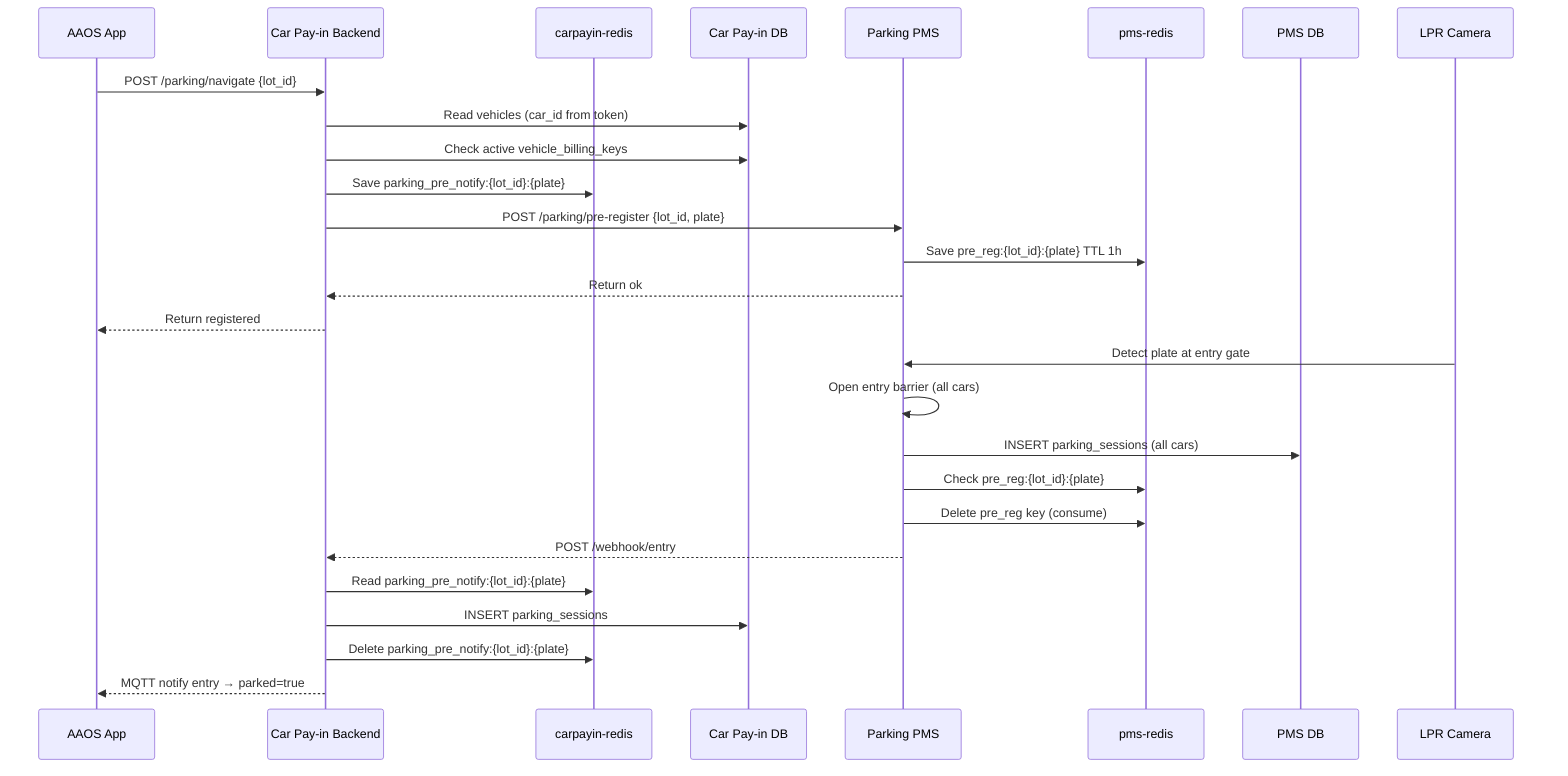
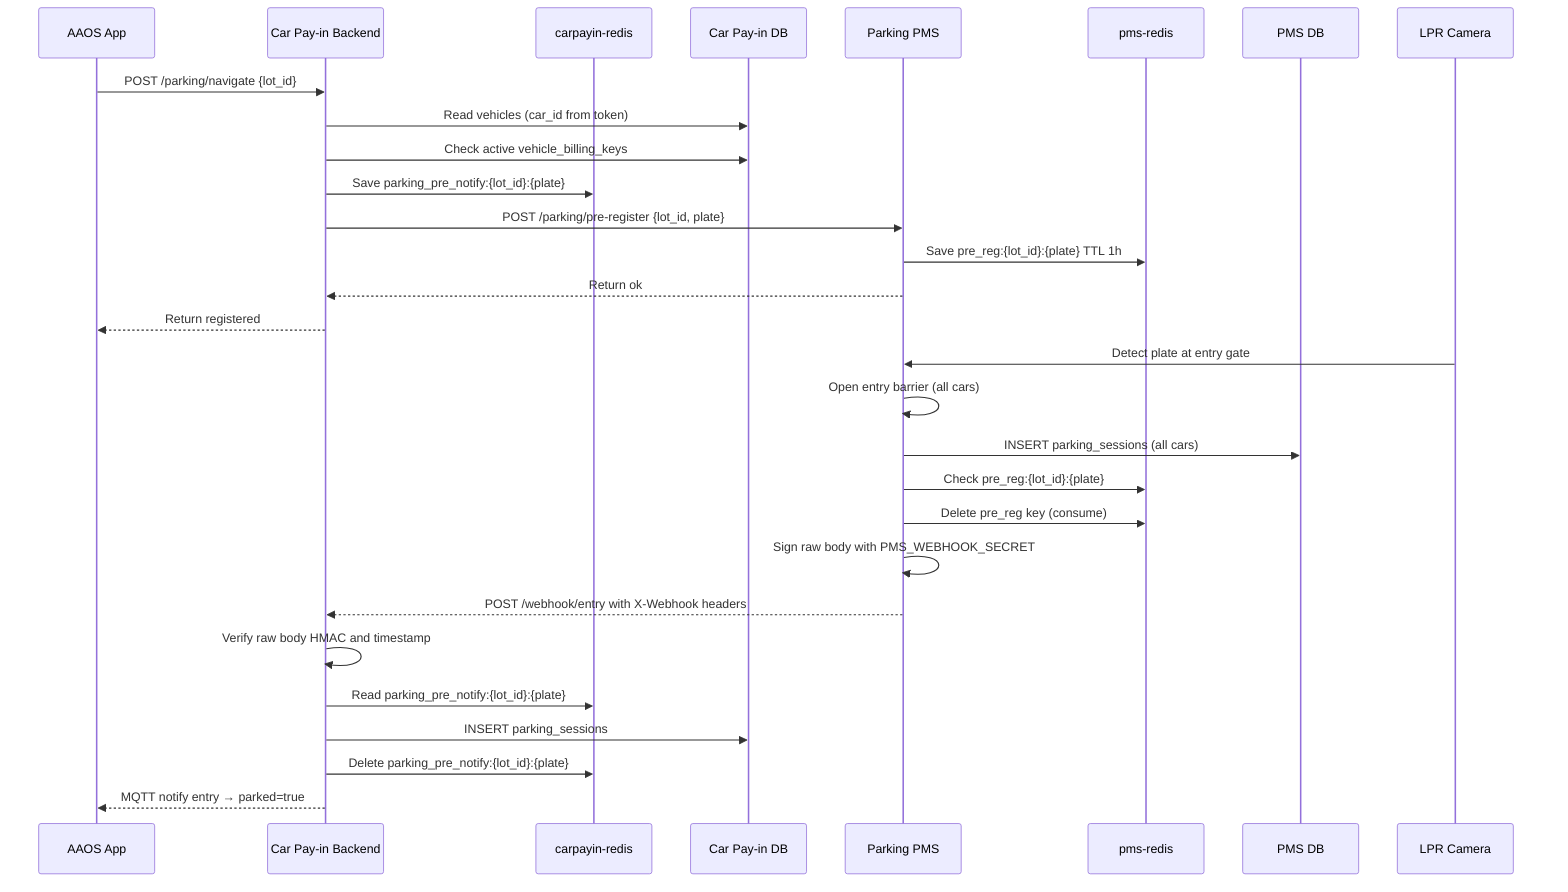
sequenceDiagram
    participant App as AAOS App
    participant Backend as Car Pay-in Backend
    participant CpRedis as carpayin-redis
    participant DB as Car Pay-in DB
    participant PMS as Parking PMS
    participant PmsRedis as pms-redis
    participant PMSDB as PMS DB
    participant LPR as LPR Camera

    App->>Backend: POST /parking/navigate {lot_id}
    Backend->>DB: Read vehicles (car_id from token)
    Backend->>DB: Check active vehicle_billing_keys
    Backend->>CpRedis: Save parking_pre_notify:{lot_id}:{plate}

    Backend->>PMS: POST /parking/pre-register {lot_id, plate}
    PMS->>PmsRedis: Save pre_reg:{lot_id}:{plate} TTL 1h
    PMS-->>Backend: Return ok
    Backend-->>App: Return registered

    LPR->>PMS: Detect plate at entry gate
    PMS->>PMS: Open entry barrier (all cars)
    PMS->>PMSDB: INSERT parking_sessions (all cars)
    PMS->>PmsRedis: Check pre_reg:{lot_id}:{plate}
    PMS->>PmsRedis: Delete pre_reg key (consume)
-     PMS-->>Backend: POST /webhook/entry
+     PMS->>PMS: Sign raw body with PMS_WEBHOOK_SECRET
+     PMS-->>Backend: POST /webhook/entry with X-Webhook headers

+     Backend->>Backend: Verify raw body HMAC and timestamp
    Backend->>CpRedis: Read parking_pre_notify:{lot_id}:{plate}
    Backend->>DB: INSERT parking_sessions
    Backend->>CpRedis: Delete parking_pre_notify:{lot_id}:{plate}
    Backend-->>App: MQTT notify entry → parked=true
